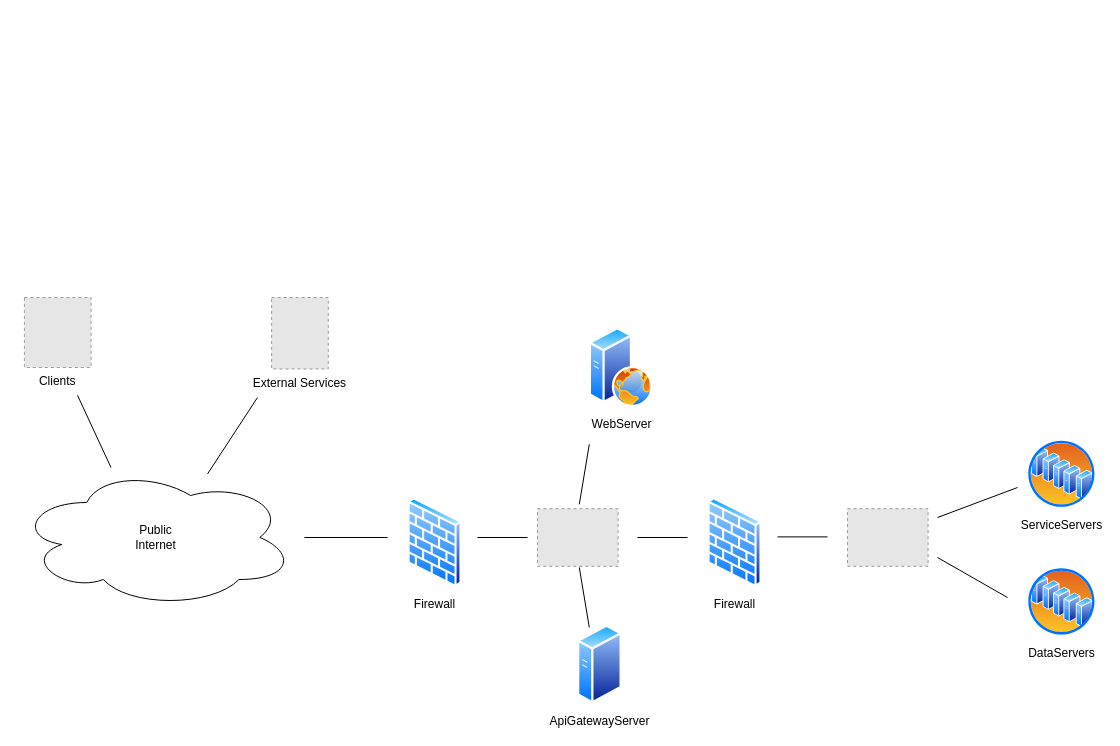
Before: DD/Diagrams/deployment_network_diagram.drawio in TommasoCapacci/SEII-2024-Capacci-Ginestroni, a draw.io diagram. Source tidied: cells renumbered, new cells numbered last; positions are measured from the earlier drawing's top-left corner, leaving out a move shared by most shapes. Both pictures are drawn from the tidied source at 100%, with x=0, y=0 at pixel (17, 17). Pictures stored in the file or linked from it are replaced by grey dashed boxes.
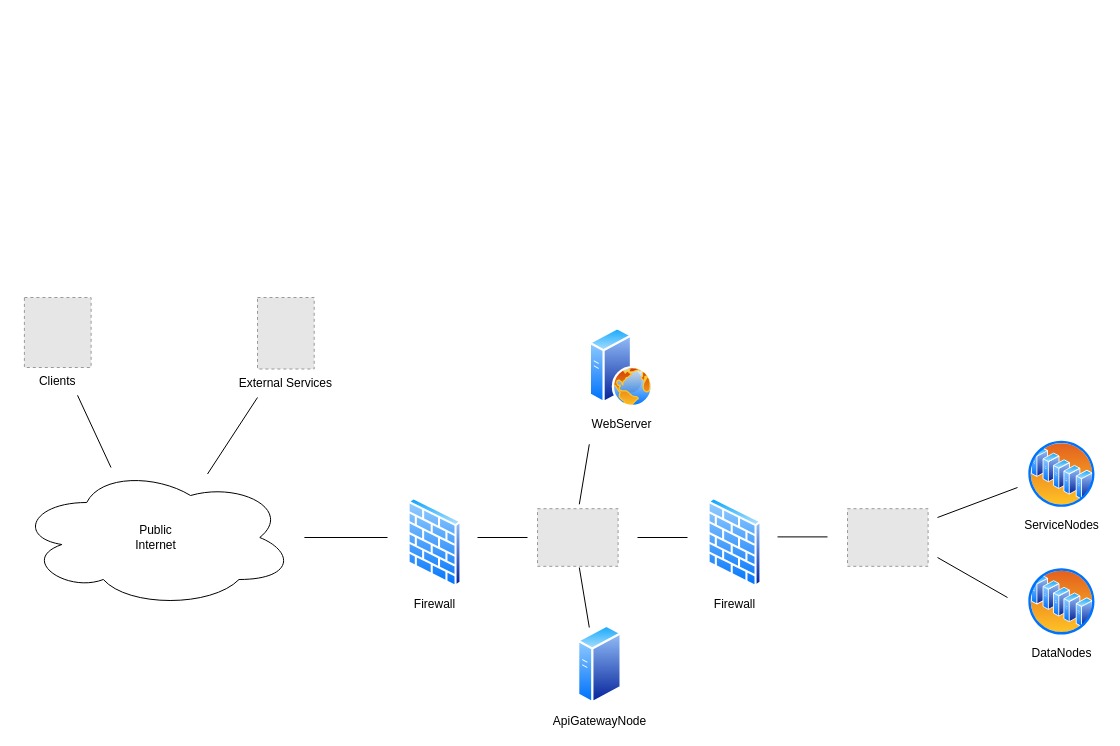
After the change.

Commit message (it also covers changes not shown here):
improved network diagram

Change to the diagram source:
```diff
@@
-    <mxCell id="6" style="group;" parent="1" vertex="1">
-      <mxGeometry x="850" width="110" height="110" as="geometry" />
-    </mxCell>
-    <mxCell id="7" value="External Services" style="fillColor=#E6E6E6;strokeColor=#999999;dashed=1;verticalLabelPosition=bottom;labelBackgroundColor=#ffffff;verticalAlign=top;" parent="6" vertex="1">
-      <mxGeometry x="-595.9" y="280" width="56.7" height="71.5" as="geometry" />
-    </mxCell>
@@
-    <mxCell id="13" value="ApiGatewayServer" style="image;perimeter=ellipsePerimeter;html=1;align=center;shadow=0;dashed=0;spacingTop=3;image=img/lib/active_directory/generic_server.svg;" parent="1" vertex="1">
+    <mxCell id="13" value="ApiGatewayNode" style="image;perimeter=ellipsePerimeter;html=1;align=center;shadow=0;dashed=0;spacingTop=3;image=img/lib/active_directory/generic_server.svg;" parent="1" vertex="1">
       <mxGeometry x="560" y="607" width="44.8" height="80" as="geometry" />
     </mxCell>
@@
-    <mxCell id="19" value="ServiceServers" style="image;perimeter=ellipsePerimeter;html=1;align=center;shadow=0;dashed=0;spacingTop=3;image=img/lib/active_directory/server_farm.svg;" parent="1" vertex="1">
+    <mxCell id="19" value="ServiceNodes" style="image;perimeter=ellipsePerimeter;html=1;align=center;shadow=0;dashed=0;spacingTop=3;image=img/lib/active_directory/server_farm.svg;" parent="1" vertex="1">
       <mxGeometry x="1010" y="422.4" width="68.8" height="68.8" as="geometry" />
     </mxCell>
@@
-    <mxCell id="22" value="DataServers" style="image;perimeter=ellipsePerimeter;html=1;align=center;shadow=0;dashed=0;spacingTop=3;image=img/lib/active_directory/server_farm.svg;" parent="1" vertex="1">
+    <mxCell id="22" value="DataNodes" style="image;perimeter=ellipsePerimeter;html=1;align=center;shadow=0;dashed=0;spacingTop=3;image=img/lib/active_directory/server_farm.svg;" parent="1" vertex="1">
       <mxGeometry x="1010" y="550" width="68.8" height="68.8" as="geometry" />
     </mxCell>
@@
+    <mxCell id="7" value="External Services" style="fillColor=#E6E6E6;strokeColor=#999999;dashed=1;verticalLabelPosition=bottom;labelBackgroundColor=#ffffff;verticalAlign=top;" parent="1" vertex="1">
+      <mxGeometry x="240" y="280" width="56.7" height="71.5" as="geometry" />
+    </mxCell>
```
